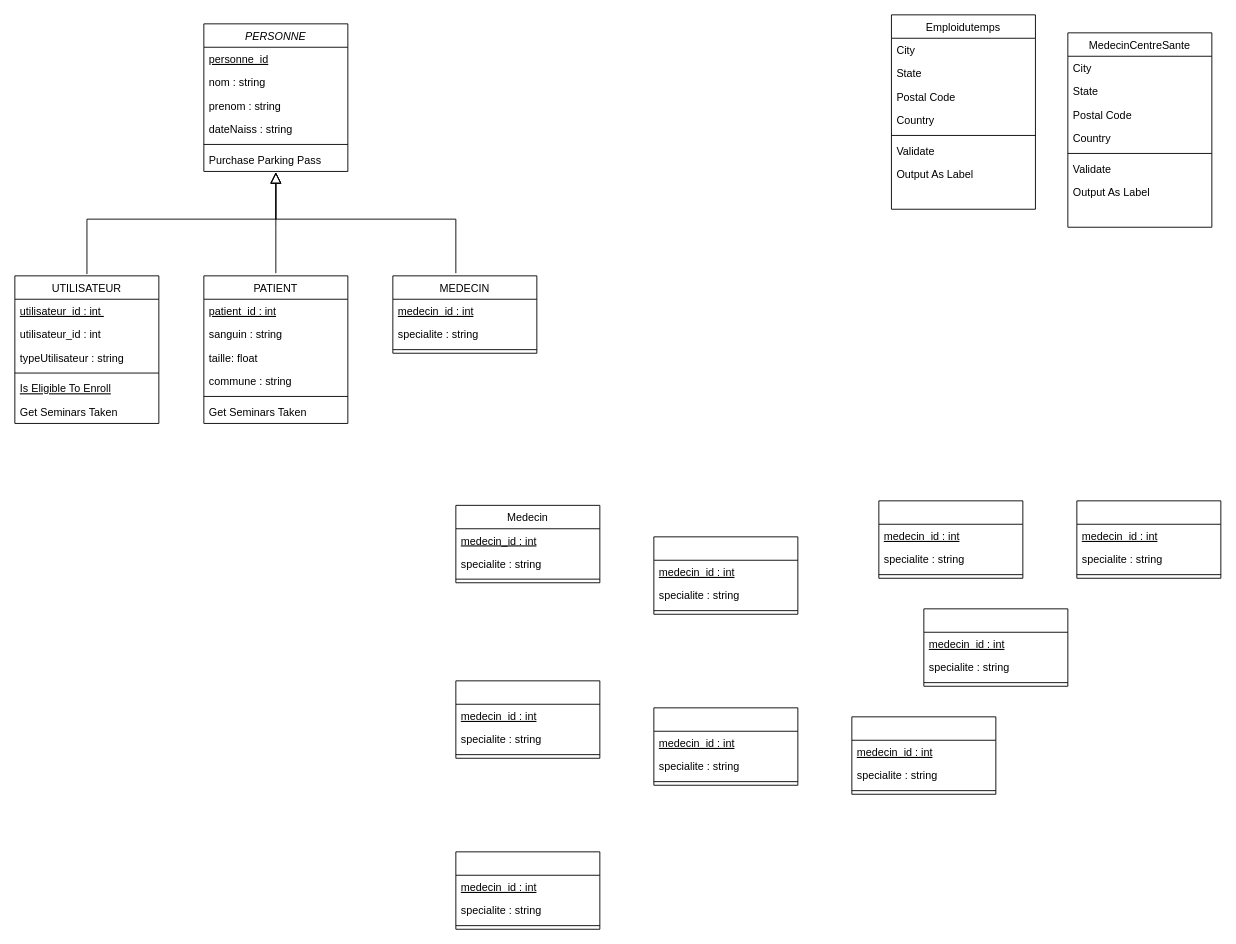
This is Untitled Diagram.drawio from 2024SMAGIR2A/MedicalinfoA, a draw.io file, before an edit. Source tidied: cells renumbered, new cells numbered last; positions are measured from the earlier drawing's top-left corner, leaving out a move shared by most shapes. Both pictures are drawn from the tidied source at 90%, with x=0, y=0 at pixel (14, 14).
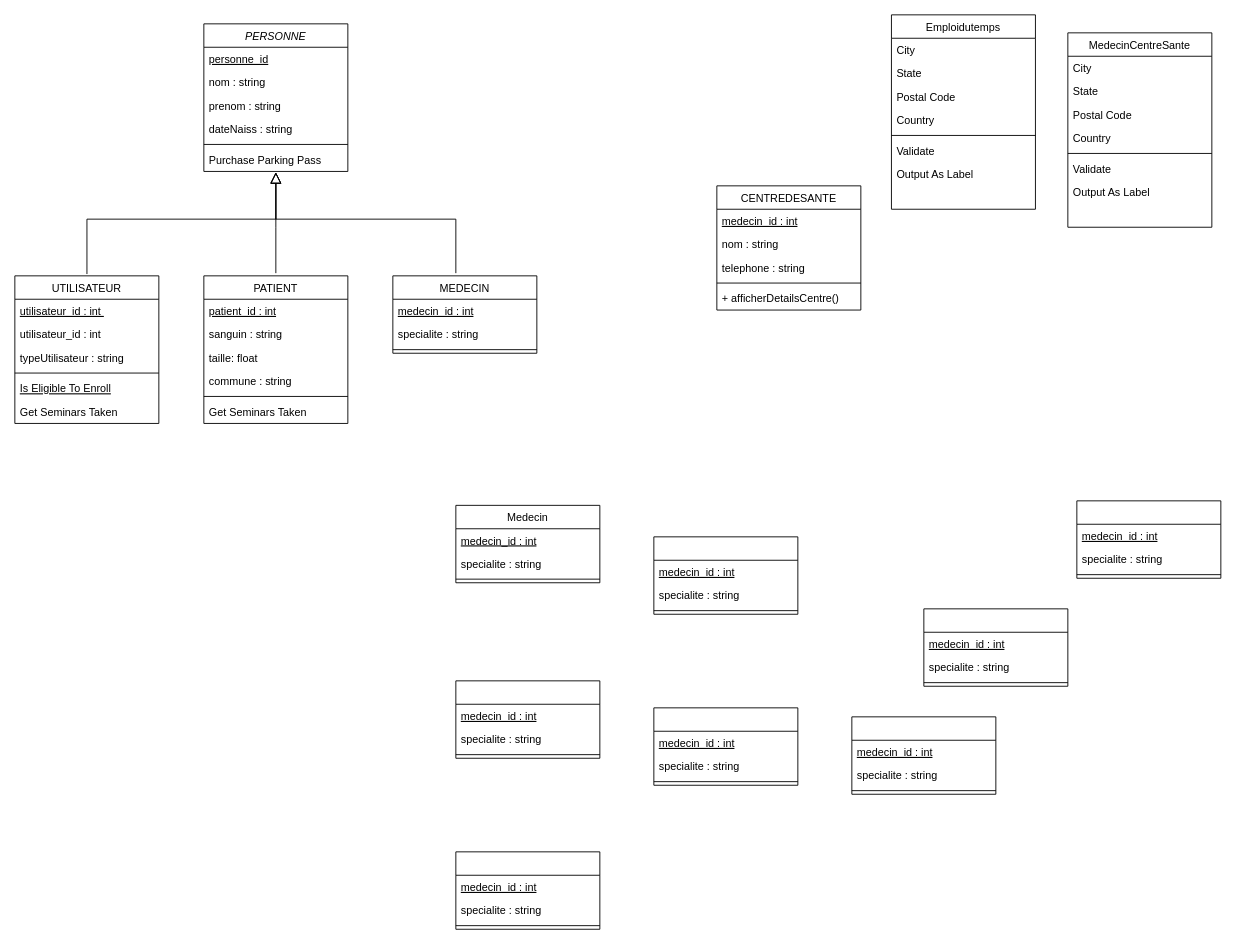
After the change.

Commit message:
Mettre à jour Untitled Diagram.drawio

Change to the diagram source:
```diff
@@
-    <mxCell id="54" style="swimlane;fontStyle=0;align=center;verticalAlign=top;horizontal=1;startSize=26;rounded=0;shadow=0;strokeWidth=1;" parent="1" vertex="1">
-      <mxGeometry x="960" y="540" width="160" height="86" as="geometry" />
+    <mxCell id="54" value="CENTREDESANTE" style="swimlane;fontStyle=0;align=center;verticalAlign=top;horizontal=1;startSize=26;rounded=0;shadow=0;strokeWidth=1;" parent="1" vertex="1">
+      <mxGeometry x="780" y="190" width="160" height="138" as="geometry" />
     </mxCell>
@@
-    <mxCell id="56" value="specialite : string" style="text;align=left;verticalAlign=top;spacingLeft=4;spacingRight=4;overflow=hidden;" parent="54" vertex="1">
+    <mxCell id="56" value="nom : string" style="text;align=left;verticalAlign=top;spacingLeft=4;spacingRight=4;overflow=hidden;" parent="54" vertex="1">
       <mxGeometry y="52" width="160" height="26" as="geometry" />
     </mxCell>
+    <mxCell id="82" value="telephone : string" style="text;align=left;verticalAlign=top;spacingLeft=4;spacingRight=4;overflow=hidden;" parent="54" vertex="1">
+      <mxGeometry y="78" width="160" height="26" as="geometry" />
+    </mxCell>
     <mxCell id="57" style="line;html=1;strokeWidth=1;align=left;verticalAlign=middle;spacingTop=-1;spacingLeft=3;spacingRight=3;labelPosition=right;" parent="54" vertex="1">
-      <mxGeometry y="78" width="160" height="8" as="geometry" />
+      <mxGeometry y="104" width="160" height="8" as="geometry" />
     </mxCell>
+    <mxCell id="83" value="+ afficherDetailsCentre()" style="text;align=left;verticalAlign=top;spacingLeft=4;spacingRight=4;overflow=hidden;" parent="54" vertex="1">
+      <mxGeometry y="112" width="160" height="26" as="geometry" />
+    </mxCell>
```
